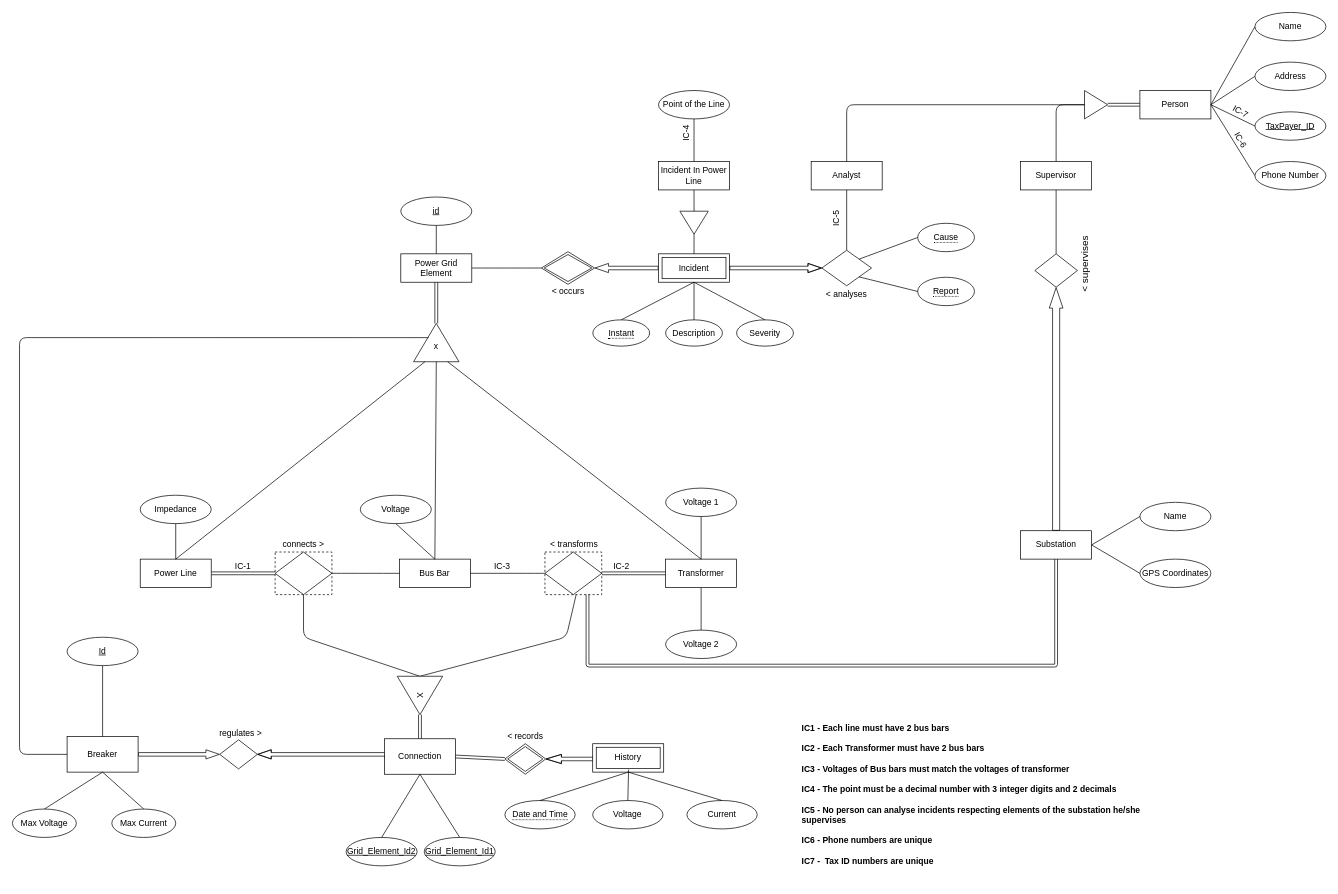
dgd-rosa/SIBD keeps this draw.io diagram as page "Page-2" (2 of 2) of New_Version.drawio. Above is the earlier version. Source tidied: cells renumbered, new cells numbered last; positions are measured from the earlier drawing's top-left corner, leaving out a move shared by most shapes. Both pictures are drawn from the tidied source at 71%, with x=0, y=0 at pixel (12, 12).
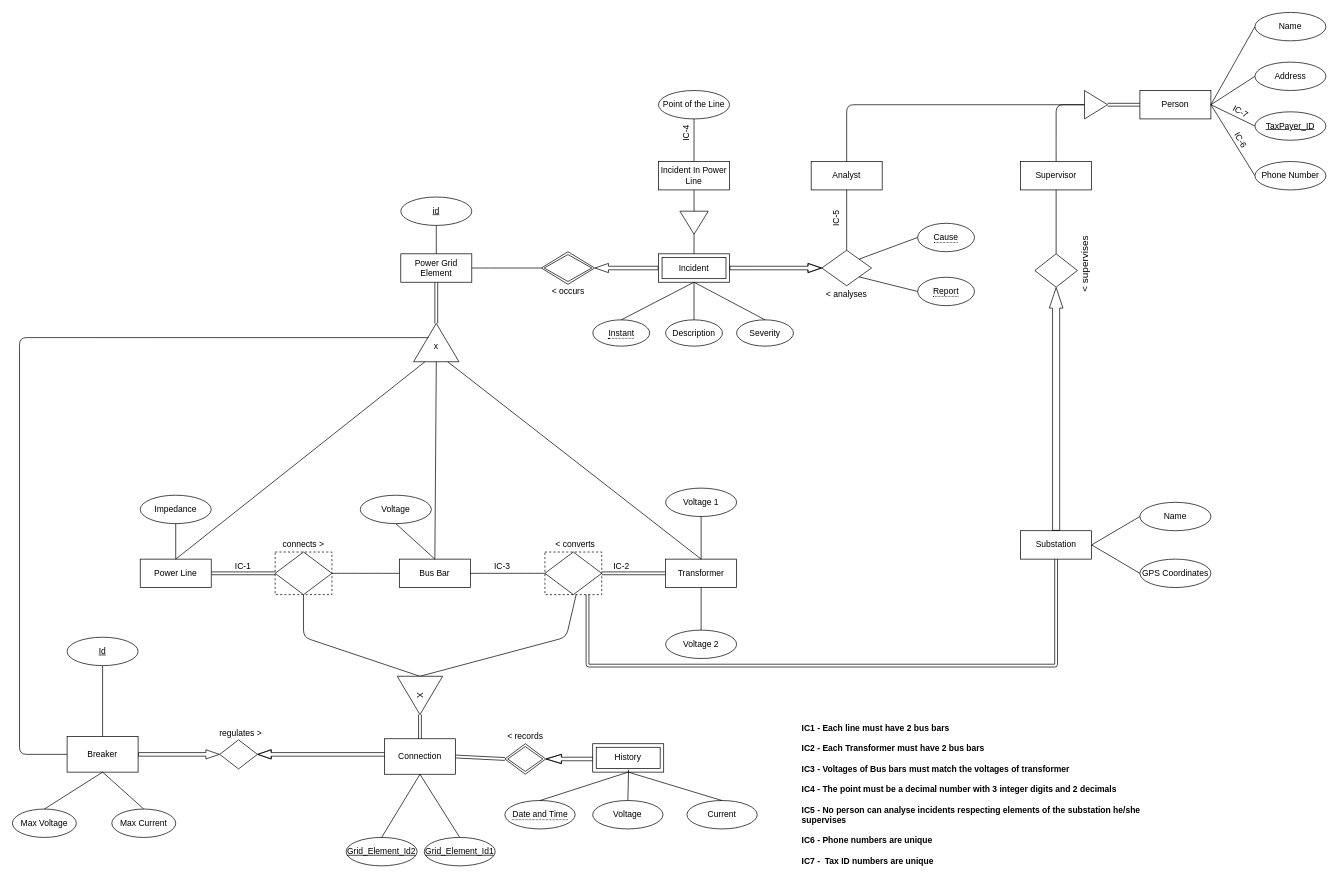
Above is the later version.

The edit, as a diff of the source:
```diff
@@
-    <mxCell id="33" value="&amp;lt; transforms&amp;nbsp;" style="text;html=1;strokeColor=none;fillColor=none;align=center;verticalAlign=middle;whiteSpace=wrap;rounded=0;fontFamily=Helvetica;" parent="1" vertex="1">
+    <mxCell id="33" value="&amp;lt; converts" style="text;html=1;strokeColor=none;fillColor=none;align=center;verticalAlign=middle;whiteSpace=wrap;rounded=0;fontFamily=Helvetica;" parent="1" vertex="1">
       <mxGeometry x="747.5" y="740" width="90" height="20" as="geometry" />
     </mxCell>
```
